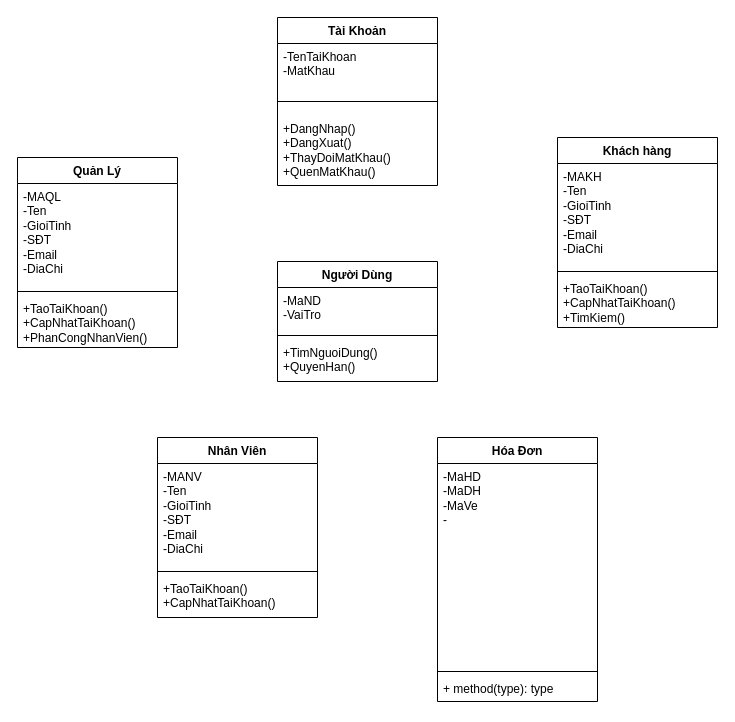
MinhToanGitHub/MinhToanGitHub keeps this draw.io diagram as Class Diagram Demo.drawio. Above is the earlier version. Source tidied: cells renumbered, new cells numbered last; positions are measured from the earlier drawing's top-left corner, leaving out a move shared by most shapes. Both pictures are drawn from the tidied source at 100%, with x=0, y=0 at pixel (17, 17).
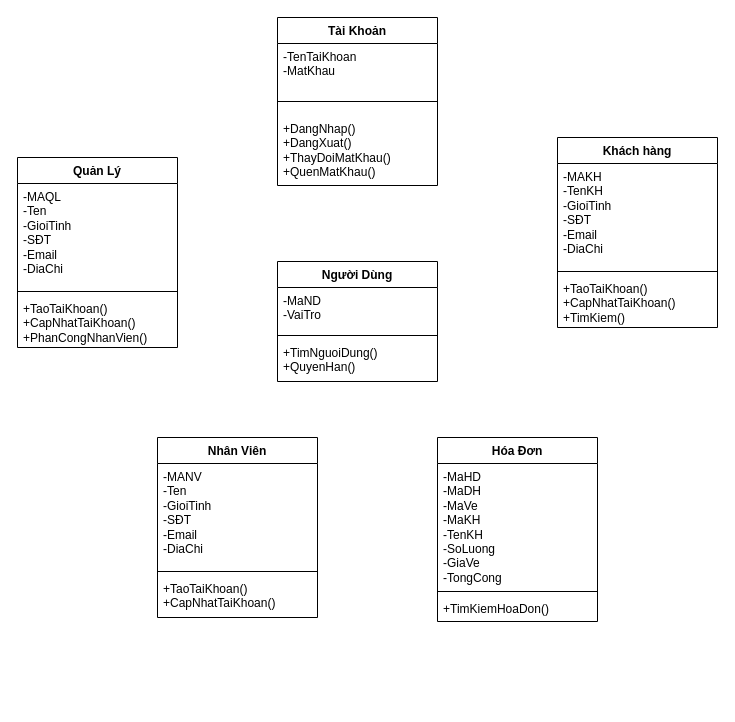
After the change.

The change refers to these unchanged cells:
```xml
<mxCell id="14" value="Khách hàng" style="swimlane;fontStyle=1;align=center;verticalAlign=top;horizontal=1;startSize=26;whiteSpace=wrap;html=1;" parent="1" vertex="1">
  <mxGeometry x="540" y="120" width="160" height="190" as="geometry" />
</mxCell>
```

Diff of the diagram source:
```diff
@@
-    <mxCell id="15" value="-MAKH&lt;br&gt;-Ten&lt;br&gt;-GioiTinh&lt;br&gt;-SĐT&lt;br&gt;-Email&lt;br&gt;-DiaChi" style="text;strokeColor=none;fillColor=none;align=left;verticalAlign=top;spacingLeft=4;spacingRight=4;overflow=hidden;whiteSpace=wrap;html=1;" parent="14" vertex="1">
+    <mxCell id="15" value="-MAKH&lt;br&gt;-TenKH&lt;br&gt;-GioiTinh&lt;br&gt;-SĐT&lt;br&gt;-Email&lt;br&gt;-DiaChi" style="text;strokeColor=none;fillColor=none;align=left;verticalAlign=top;spacingLeft=4;spacingRight=4;overflow=hidden;whiteSpace=wrap;html=1;" parent="14" vertex="1">
       <mxGeometry y="26" width="160" height="104" as="geometry" />
     </mxCell>
@@
     <mxCell id="22" value="Hóa Đơn" style="swimlane;fontStyle=1;align=center;verticalAlign=top;horizontal=1;startSize=26;whiteSpace=wrap;html=1;" parent="1" vertex="1">
-      <mxGeometry x="420" y="420" width="160" height="264" as="geometry" />
+      <mxGeometry x="420" y="420" width="160" height="184" as="geometry" />
     </mxCell>
-    <mxCell id="23" value="-MaHD&lt;br&gt;-MaDH&lt;br&gt;-MaVe&lt;br&gt;-" style="text;strokeColor=none;fillColor=none;align=left;verticalAlign=top;spacingLeft=4;spacingRight=4;overflow=hidden;whiteSpace=wrap;html=1;" parent="22" vertex="1">
-      <mxGeometry y="26" width="160" height="204" as="geometry" />
+    <mxCell id="23" value="-MaHD&lt;br&gt;-MaDH&lt;br&gt;-MaVe&lt;br&gt;-MaKH&lt;br&gt;-TenKH&lt;br&gt;-SoLuong&lt;br&gt;-GiaVe&lt;br&gt;-TongCong" style="text;strokeColor=none;fillColor=none;align=left;verticalAlign=top;spacingLeft=4;spacingRight=4;overflow=hidden;whiteSpace=wrap;html=1;" parent="22" vertex="1">
+      <mxGeometry y="26" width="160" height="124" as="geometry" />
     </mxCell>
     <mxCell id="24" style="line;strokeWidth=1;fillColor=none;align=left;verticalAlign=middle;spacingTop=-1;spacingLeft=3;spacingRight=3;labelPosition=right;strokeColor=inherit;" parent="22" vertex="1">
-      <mxGeometry y="230" width="160" height="8" as="geometry" />
+      <mxGeometry y="150" width="160" height="8" as="geometry" />
     </mxCell>
-    <mxCell id="25" value="+ method(type): type" style="text;strokeColor=none;fillColor=none;align=left;verticalAlign=top;spacingLeft=4;spacingRight=4;overflow=hidden;whiteSpace=wrap;html=1;" parent="22" vertex="1">
-      <mxGeometry y="238" width="160" height="26" as="geometry" />
+    <mxCell id="25" value="+TimKiemHoaDon()" style="text;strokeColor=none;fillColor=none;align=left;verticalAlign=top;spacingLeft=4;spacingRight=4;overflow=hidden;whiteSpace=wrap;html=1;" parent="22" vertex="1">
+      <mxGeometry y="158" width="160" height="26" as="geometry" />
     </mxCell>
```
